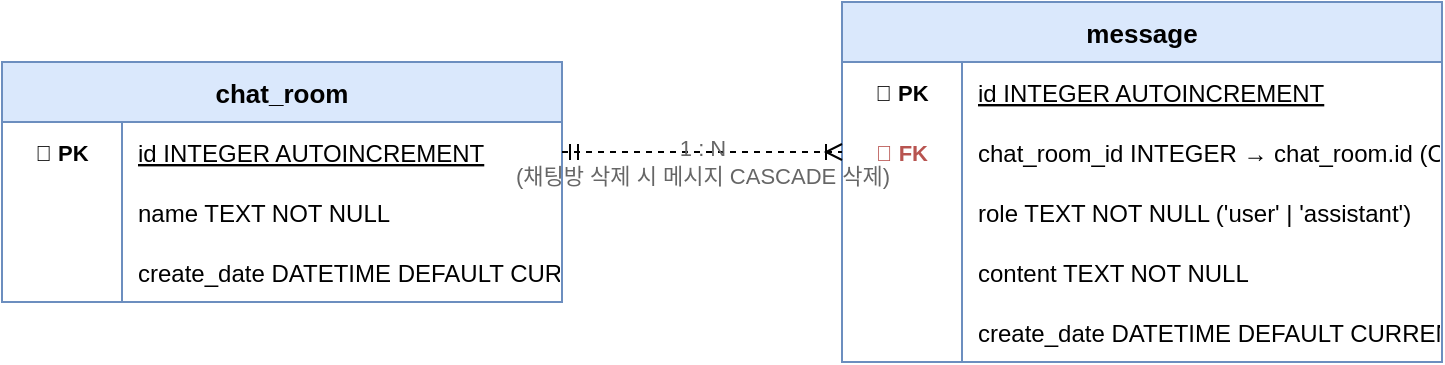
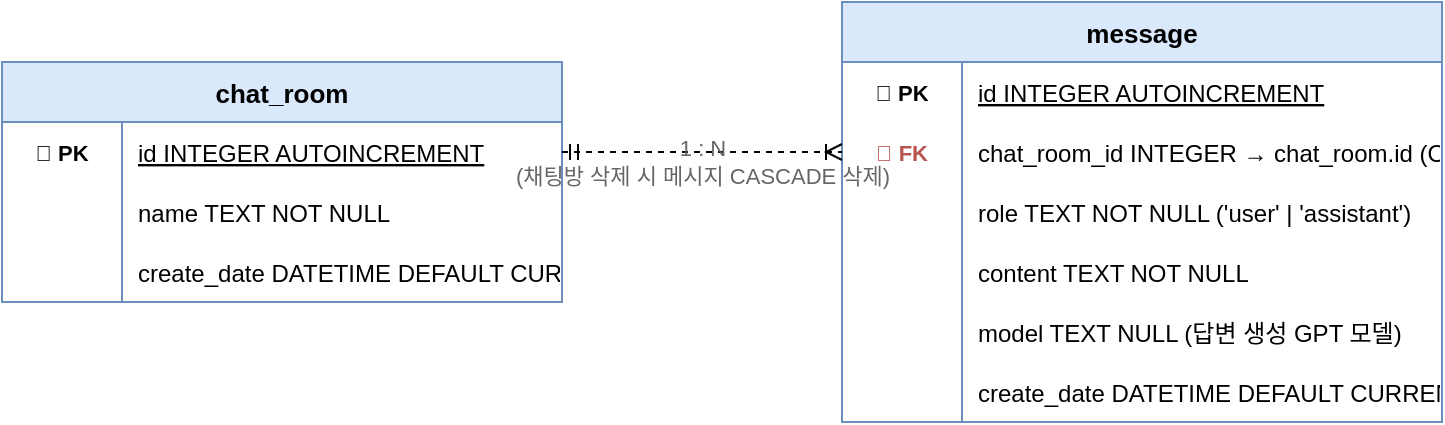
<mxfile host="app.diagrams.net" modified="2026-07-15T00:00:00.000Z" agent="Claude" version="24.0.0" type="device">
  <diagram id="chatbot-erd" name="Chatbot ERD">
    <mxGraphModel dx="1000" dy="700" grid="1" gridSize="10" guides="1" tooltips="1" connect="1" arrows="1" fold="1" page="1" pageScale="1" pageWidth="850" pageHeight="600" math="0" shadow="0">
      <root>
        <mxCell id="0" />
        <mxCell id="1" parent="0" />

        <!-- chat_room table -->
        <mxCell id="chat_room" value="chat_room" style="shape=table;startSize=30;container=1;collapsible=1;childLayout=tableLayout;fixedRows=1;rowLines=0;fontStyle=1;align=center;resizeLast=1;fillColor=#dae8fc;strokeColor=#6c8ebf;fontSize=13;" vertex="1" parent="1">
          <mxGeometry x="80" y="120" width="280" height="120" as="geometry" />
        </mxCell>
        <mxCell id="cr_r1" value="" style="shape=tableRow;horizontal=0;startSize=0;swimlaneHead=0;swimlaneBody=0;strokeColor=inherit;top=0;left=0;bottom=0;right=0;collapsible=0;dropTarget=0;fillColor=none;points=[[0,0.5],[1,0.5]];portConstraint=eastwest;fontSize=12;" vertex="1" parent="chat_room">
          <mxGeometry y="30" width="280" height="30" as="geometry" />
        </mxCell>
        <mxCell id="cr_r1_k" value="🔑 PK" style="shape=partialRectangle;overflow=hidden;connectable=0;fillColor=none;top=0;left=0;bottom=0;right=0;pointerEvents=1;fontSize=11;fontStyle=1;" vertex="1" parent="cr_r1">
          <mxGeometry width="60" height="30" as="geometry" />
        </mxCell>
        <mxCell id="cr_r1_v" value="id  INTEGER  AUTOINCREMENT" style="shape=partialRectangle;overflow=hidden;connectable=0;fillColor=none;top=0;left=0;bottom=0;right=0;pointerEvents=1;fontSize=12;align=left;spacingLeft=6;fontStyle=4;" vertex="1" parent="cr_r1">
          <mxGeometry x="60" width="220" height="30" as="geometry" />
        </mxCell>
        <mxCell id="cr_r2" value="" style="shape=tableRow;horizontal=0;startSize=0;swimlaneHead=0;swimlaneBody=0;strokeColor=inherit;top=0;left=0;bottom=0;right=0;collapsible=0;dropTarget=0;fillColor=none;points=[[0,0.5],[1,0.5]];portConstraint=eastwest;fontSize=12;" vertex="1" parent="chat_room">
          <mxGeometry y="60" width="280" height="30" as="geometry" />
        </mxCell>
        <mxCell id="cr_r2_k" value="" style="shape=partialRectangle;overflow=hidden;connectable=0;fillColor=none;top=0;left=0;bottom=0;right=0;pointerEvents=1;fontSize=11;" vertex="1" parent="cr_r2">
          <mxGeometry width="60" height="30" as="geometry" />
        </mxCell>
        <mxCell id="cr_r2_v" value="name  TEXT  NOT NULL" style="shape=partialRectangle;overflow=hidden;connectable=0;fillColor=none;top=0;left=0;bottom=0;right=0;pointerEvents=1;fontSize=12;align=left;spacingLeft=6;" vertex="1" parent="cr_r2">
          <mxGeometry x="60" width="220" height="30" as="geometry" />
        </mxCell>
        <mxCell id="cr_r3" value="" style="shape=tableRow;horizontal=0;startSize=0;swimlaneHead=0;swimlaneBody=0;strokeColor=inherit;top=0;left=0;bottom=0;right=0;collapsible=0;dropTarget=0;fillColor=none;points=[[0,0.5],[1,0.5]];portConstraint=eastwest;fontSize=12;" vertex="1" parent="chat_room">
          <mxGeometry y="90" width="280" height="30" as="geometry" />
        </mxCell>
        <mxCell id="cr_r3_k" value="" style="shape=partialRectangle;overflow=hidden;connectable=0;fillColor=none;top=0;left=0;bottom=0;right=0;pointerEvents=1;fontSize=11;" vertex="1" parent="cr_r3">
          <mxGeometry width="60" height="30" as="geometry" />
        </mxCell>
        <mxCell id="cr_r3_v" value="create_date  DATETIME  DEFAULT CURRENT_TIMESTAMP" style="shape=partialRectangle;overflow=hidden;connectable=0;fillColor=none;top=0;left=0;bottom=0;right=0;pointerEvents=1;fontSize=12;align=left;spacingLeft=6;" vertex="1" parent="cr_r3">
          <mxGeometry x="60" width="220" height="30" as="geometry" />
        </mxCell>

        <!-- message table -->
        <mxCell id="message" value="message" style="shape=table;startSize=30;container=1;collapsible=1;childLayout=tableLayout;fixedRows=1;rowLines=0;fontStyle=1;align=center;resizeLast=1;fillColor=#dae8fc;strokeColor=#6c8ebf;fontSize=13;" vertex="1" parent="1">
-           <mxGeometry x="500" y="90" width="300" height="180" as="geometry" />
+           <mxGeometry x="500" y="90" width="300" height="210" as="geometry" />
        </mxCell>
        <mxCell id="ms_r1" value="" style="shape=tableRow;horizontal=0;startSize=0;swimlaneHead=0;swimlaneBody=0;strokeColor=inherit;top=0;left=0;bottom=0;right=0;collapsible=0;dropTarget=0;fillColor=none;points=[[0,0.5],[1,0.5]];portConstraint=eastwest;fontSize=12;" vertex="1" parent="message">
          <mxGeometry y="30" width="300" height="30" as="geometry" />
        </mxCell>
        <mxCell id="ms_r1_k" value="🔑 PK" style="shape=partialRectangle;overflow=hidden;connectable=0;fillColor=none;top=0;left=0;bottom=0;right=0;pointerEvents=1;fontSize=11;fontStyle=1;" vertex="1" parent="ms_r1">
          <mxGeometry width="60" height="30" as="geometry" />
        </mxCell>
        <mxCell id="ms_r1_v" value="id  INTEGER  AUTOINCREMENT" style="shape=partialRectangle;overflow=hidden;connectable=0;fillColor=none;top=0;left=0;bottom=0;right=0;pointerEvents=1;fontSize=12;align=left;spacingLeft=6;fontStyle=4;" vertex="1" parent="ms_r1">
          <mxGeometry x="60" width="240" height="30" as="geometry" />
        </mxCell>
        <mxCell id="ms_r2" value="" style="shape=tableRow;horizontal=0;startSize=0;swimlaneHead=0;swimlaneBody=0;strokeColor=inherit;top=0;left=0;bottom=0;right=0;collapsible=0;dropTarget=0;fillColor=none;points=[[0,0.5],[1,0.5]];portConstraint=eastwest;fontSize=12;" vertex="1" parent="message">
          <mxGeometry y="60" width="300" height="30" as="geometry" />
        </mxCell>
        <mxCell id="ms_r2_k" value="🔗 FK" style="shape=partialRectangle;overflow=hidden;connectable=0;fillColor=none;top=0;left=0;bottom=0;right=0;pointerEvents=1;fontSize=11;fontStyle=1;fontColor=#B85450;" vertex="1" parent="ms_r2">
          <mxGeometry width="60" height="30" as="geometry" />
        </mxCell>
        <mxCell id="ms_r2_v" value="chat_room_id  INTEGER  → chat_room.id (ON DELETE CASCADE)" style="shape=partialRectangle;overflow=hidden;connectable=0;fillColor=none;top=0;left=0;bottom=0;right=0;pointerEvents=1;fontSize=12;align=left;spacingLeft=6;" vertex="1" parent="ms_r2">
          <mxGeometry x="60" width="240" height="30" as="geometry" />
        </mxCell>
        <mxCell id="ms_r3" value="" style="shape=tableRow;horizontal=0;startSize=0;swimlaneHead=0;swimlaneBody=0;strokeColor=inherit;top=0;left=0;bottom=0;right=0;collapsible=0;dropTarget=0;fillColor=none;points=[[0,0.5],[1,0.5]];portConstraint=eastwest;fontSize=12;" vertex="1" parent="message">
          <mxGeometry y="90" width="300" height="30" as="geometry" />
        </mxCell>
        <mxCell id="ms_r3_k" value="" style="shape=partialRectangle;overflow=hidden;connectable=0;fillColor=none;top=0;left=0;bottom=0;right=0;pointerEvents=1;fontSize=11;" vertex="1" parent="ms_r3">
          <mxGeometry width="60" height="30" as="geometry" />
        </mxCell>
        <mxCell id="ms_r3_v" value="role  TEXT  NOT NULL ('user' | 'assistant')" style="shape=partialRectangle;overflow=hidden;connectable=0;fillColor=none;top=0;left=0;bottom=0;right=0;pointerEvents=1;fontSize=12;align=left;spacingLeft=6;" vertex="1" parent="ms_r3">
          <mxGeometry x="60" width="240" height="30" as="geometry" />
        </mxCell>
        <mxCell id="ms_r4" value="" style="shape=tableRow;horizontal=0;startSize=0;swimlaneHead=0;swimlaneBody=0;strokeColor=inherit;top=0;left=0;bottom=0;right=0;collapsible=0;dropTarget=0;fillColor=none;points=[[0,0.5],[1,0.5]];portConstraint=eastwest;fontSize=12;" vertex="1" parent="message">
          <mxGeometry y="120" width="300" height="30" as="geometry" />
        </mxCell>
        <mxCell id="ms_r4_k" value="" style="shape=partialRectangle;overflow=hidden;connectable=0;fillColor=none;top=0;left=0;bottom=0;right=0;pointerEvents=1;fontSize=11;" vertex="1" parent="ms_r4">
          <mxGeometry width="60" height="30" as="geometry" />
        </mxCell>
        <mxCell id="ms_r4_v" value="content  TEXT  NOT NULL" style="shape=partialRectangle;overflow=hidden;connectable=0;fillColor=none;top=0;left=0;bottom=0;right=0;pointerEvents=1;fontSize=12;align=left;spacingLeft=6;" vertex="1" parent="ms_r4">
          <mxGeometry x="60" width="240" height="30" as="geometry" />
        </mxCell>
        <mxCell id="ms_r5" value="" style="shape=tableRow;horizontal=0;startSize=0;swimlaneHead=0;swimlaneBody=0;strokeColor=inherit;top=0;left=0;bottom=0;right=0;collapsible=0;dropTarget=0;fillColor=none;points=[[0,0.5],[1,0.5]];portConstraint=eastwest;fontSize=12;" vertex="1" parent="message">
          <mxGeometry y="150" width="300" height="30" as="geometry" />
        </mxCell>
        <mxCell id="ms_r5_k" value="" style="shape=partialRectangle;overflow=hidden;connectable=0;fillColor=none;top=0;left=0;bottom=0;right=0;pointerEvents=1;fontSize=11;" vertex="1" parent="ms_r5">
          <mxGeometry width="60" height="30" as="geometry" />
        </mxCell>
-         <mxCell id="ms_r5_v" value="create_date  DATETIME  DEFAULT CURRENT_TIMESTAMP" style="shape=partialRectangle;overflow=hidden;connectable=0;fillColor=none;top=0;left=0;bottom=0;right=0;pointerEvents=1;fontSize=12;align=left;spacingLeft=6;" vertex="1" parent="ms_r5">
+         <mxCell id="ms_r5_v" value="model  TEXT  NULL (답변 생성 GPT 모델)" style="shape=partialRectangle;overflow=hidden;connectable=0;fillColor=none;top=0;left=0;bottom=0;right=0;pointerEvents=1;fontSize=12;align=left;spacingLeft=6;" vertex="1" parent="ms_r5">
+           <mxGeometry x="60" width="240" height="30" as="geometry" />
+         </mxCell>
+         <mxCell id="ms_r6" value="" style="shape=tableRow;horizontal=0;startSize=0;swimlaneHead=0;swimlaneBody=0;strokeColor=inherit;top=0;left=0;bottom=0;right=0;collapsible=0;dropTarget=0;fillColor=none;points=[[0,0.5],[1,0.5]];portConstraint=eastwest;fontSize=12;" vertex="1" parent="message">
+           <mxGeometry y="180" width="300" height="30" as="geometry" />
+         </mxCell>
+         <mxCell id="ms_r6_k" value="" style="shape=partialRectangle;overflow=hidden;connectable=0;fillColor=none;top=0;left=0;bottom=0;right=0;pointerEvents=1;fontSize=11;" vertex="1" parent="ms_r6">
+           <mxGeometry width="60" height="30" as="geometry" />
+         </mxCell>
+         <mxCell id="ms_r6_v" value="create_date  DATETIME  DEFAULT CURRENT_TIMESTAMP" style="shape=partialRectangle;overflow=hidden;connectable=0;fillColor=none;top=0;left=0;bottom=0;right=0;pointerEvents=1;fontSize=12;align=left;spacingLeft=6;" vertex="1" parent="ms_r6">
          <mxGeometry x="60" width="240" height="30" as="geometry" />
        </mxCell>

        <!-- 1:N relationship (crow's foot, dashed like the reference ERD) -->
        <mxCell id="rel_1n" style="edgeStyle=entityRelationEdgeStyle;fontSize=12;startArrow=ERmandOne;startFill=0;endArrow=ERoneToMany;endFill=0;dashed=1;rounded=0;exitX=1;exitY=0.5;entryX=0;entryY=0.5;" edge="1" parent="1" source="cr_r1" target="ms_r2">
          <mxGeometry relative="1" as="geometry" />
        </mxCell>
        <mxCell id="rel_label" value="1 : N&#10;(채팅방 삭제 시 메시지 CASCADE 삭제)" style="text;html=1;align=center;verticalAlign=middle;fontSize=11;fontColor=#666666;" vertex="1" parent="1">
          <mxGeometry x="360" y="150" width="140" height="40" as="geometry" />
        </mxCell>
      </root>
    </mxGraphModel>
  </diagram>
</mxfile>
